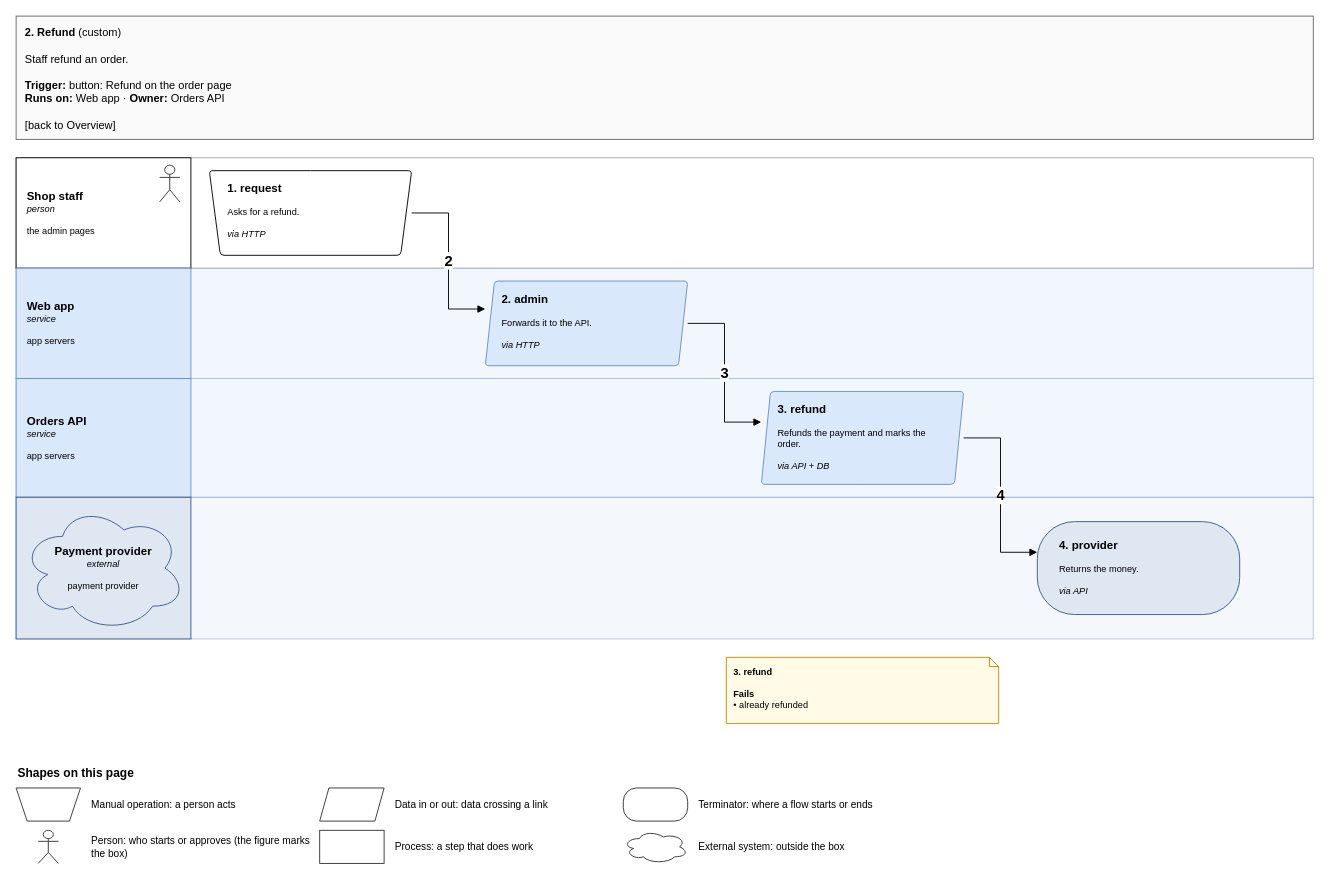
This is page "2. Refund" (4 of 7) of specialists/platform/skill-drawio/examples/shop/drawio/flows.drawio from amalikn/skills_stuff, a draw.io file, before an edit. Source tidied: cells renumbered, new cells numbered last; positions are measured from the earlier drawing's top-left corner, leaving out a move shared by most shapes. Both pictures are drawn from the tidied source at 92%, with x=0, y=0 at pixel (16, 16).
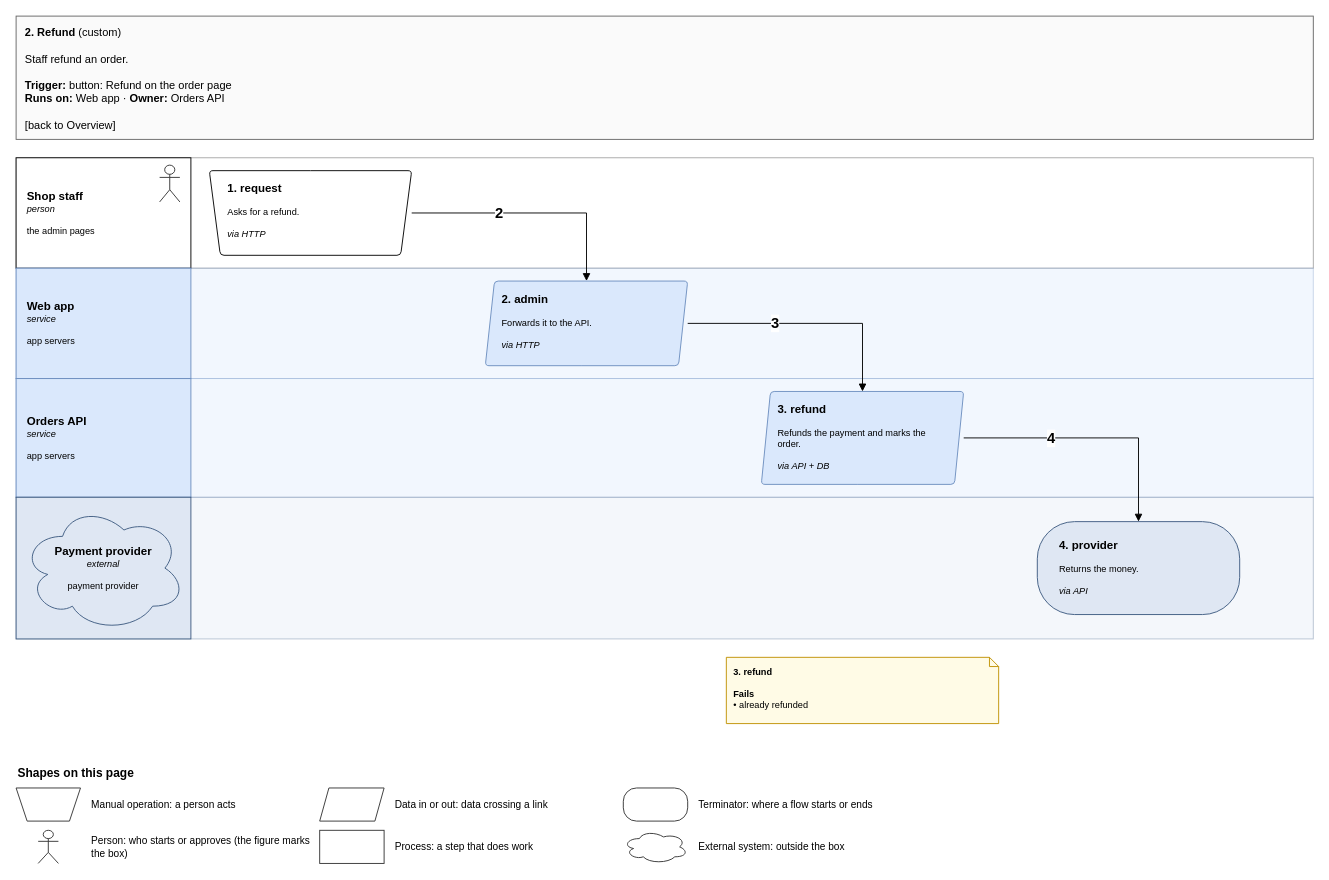
Above is the later version.

Unchanged cells that the change refers to:
```xml
<mxCell id="13" value="&lt;span style=&quot;font-size:125%&quot;&gt;&lt;b&gt;1. request&lt;/b&gt;&lt;/span&gt;&lt;br&gt; &lt;br&gt;Asks for a refund.&lt;br&gt; &lt;br&gt;&lt;i&gt;via HTTP&lt;/i&gt;" style="rounded=1;whiteSpace=wrap;html=1;fillColor=#ffffff;strokeColor=#000000;fontSize=11;arcSize=8;fontSize=10;align=left;verticalAlign=top;spacingLeft=8;spacingRight=6;spacingTop=6;shape=trapezoid;perimeter=trapezoidPerimeter;flipV=1;fixedSize=1;size=12;spacingLeft=18;spacingRight=18;" parent="1" vertex="1">
  <mxGeometry x="210" y="168" width="220" height="92" as="geometry" />
</mxCell>
<mxCell id="14" value="&lt;span style=&quot;font-size:125%&quot;&gt;&lt;b&gt;2. admin&lt;/b&gt;&lt;/span&gt;&lt;br&gt; &lt;br&gt;Forwards it to the API.&lt;br&gt; &lt;br&gt;&lt;i&gt;via HTTP&lt;/i&gt;" style="rounded=1;whiteSpace=wrap;html=1;fillColor=#dae8fc;strokeColor=#6c8ebf;fontSize=11;arcSize=8;fontSize=10;align=left;verticalAlign=top;spacingLeft=8;spacingRight=6;spacingTop=6;shape=parallelogram;perimeter=parallelogramPerimeter;fixedSize=1;size=10;spacingLeft=16;spacingRight=16;" parent="1" vertex="1">
  <mxGeometry x="510" y="288" width="220" height="92" as="geometry" />
</mxCell>
<mxCell id="15" value="&lt;span style=&quot;font-size:125%&quot;&gt;&lt;b&gt;3. refund&lt;/b&gt;&lt;/span&gt;&lt;br&gt; &lt;br&gt;Refunds the payment and marks the order.&lt;br&gt; &lt;br&gt;&lt;i&gt;via API + DB&lt;/i&gt;" style="rounded=1;whiteSpace=wrap;html=1;fillColor=#dae8fc;strokeColor=#6c8ebf;fontSize=11;arcSize=8;fontSize=10;align=left;verticalAlign=top;spacingLeft=8;spacingRight=6;spacingTop=6;shape=parallelogram;perimeter=parallelogramPerimeter;fixedSize=1;size=10;spacingLeft=16;spacingRight=16;" parent="1" vertex="1">
  <mxGeometry x="810" y="408" width="220" height="101" as="geometry" />
</mxCell>
<mxCell id="17" value="&lt;span style=&quot;font-size:125%&quot;&gt;&lt;b&gt;4. provider&lt;/b&gt;&lt;/span&gt;&lt;br&gt; &lt;br&gt;Returns the money.&lt;br&gt; &lt;br&gt;&lt;i&gt;via API&lt;/i&gt;" style="rounded=1;whiteSpace=wrap;html=1;fillColor=#dfe7f3;strokeColor=#3d5a80;fontSize=11;arcSize=8;fontSize=10;align=left;verticalAlign=top;spacingLeft=8;spacingRight=6;spacingTop=6;rounded=1;arcSize=40;spacingLeft=22;spacingRight=18;spacingTop=12;" parent="1" vertex="1">
  <mxGeometry x="1110" y="549.5" width="220" height="101" as="geometry" />
</mxCell>
```

Change to the diagram source:
```diff
@@
-    <mxCell id="31" style="edgeStyle=none;rounded=0;html=1;endArrow=block;endFill=1;strokeColor=#000000;jumpStyle=arc;jumpSize=6;exitX=1;exitY=0.5;entryX=0;entryY=0.3304;exitPerimeter=0;entryPerimeter=0;" parent="1" edge="1" source="13" target="14">
+    <mxCell id="31" style="edgeStyle=none;rounded=0;html=1;endArrow=block;endFill=1;jumpStyle=arc;jumpSize=6;strokeColor=#000000;exitX=1;exitY=0.5;entryX=0.5;entryY=0;exitPerimeter=0;entryPerimeter=0;" parent="1" edge="1" source="13" target="14">
       <mxGeometry relative="1" as="geometry">
         <Array as="points">
-          <mxPoint x="470" y="214" />
-          <mxPoint x="470" y="318.4" />
+          <mxPoint x="620" y="214" />
         </Array>
       </mxGeometry>
     </mxCell>
-    <mxCell id="32" value="&lt;b&gt;2&lt;/b&gt;" style="text;html=1;align=center;verticalAlign=middle;fontSize=16;fontStyle=1;labelBackgroundColor=#ffffff;" parent="1" vertex="1">
-      <mxGeometry x="456.5" y="255.2" width="27" height="22" as="geometry" />
+    <mxCell id="32" value="&lt;b&gt;2&lt;/b&gt;" style="text;html=1;align=center;verticalAlign=middle;fontSize=16;fontStyle=1;labelBackgroundColor=#ffffff;fontColor=#000000;" parent="1" vertex="1">
+      <mxGeometry x="511.5" y="203" width="27" height="22" as="geometry" />
     </mxCell>
-    <mxCell id="33" style="edgeStyle=none;rounded=0;html=1;endArrow=block;endFill=1;strokeColor=#000000;jumpStyle=arc;jumpSize=6;exitX=1;exitY=0.5;entryX=0;entryY=0.3297;exitPerimeter=0;entryPerimeter=0;" parent="1" edge="1" source="14" target="15">
+    <mxCell id="33" style="edgeStyle=none;rounded=0;html=1;endArrow=block;endFill=1;jumpStyle=arc;jumpSize=6;strokeColor=#000000;exitX=1;exitY=0.5;entryX=0.5;entryY=0;exitPerimeter=0;entryPerimeter=0;" parent="1" edge="1" source="14" target="15">
       <mxGeometry relative="1" as="geometry">
         <Array as="points">
-          <mxPoint x="770" y="334" />
-          <mxPoint x="770" y="441.3" />
+          <mxPoint x="920" y="334" />
         </Array>
       </mxGeometry>
     </mxCell>
-    <mxCell id="34" value="&lt;b&gt;3&lt;/b&gt;" style="text;html=1;align=center;verticalAlign=middle;fontSize=16;fontStyle=1;labelBackgroundColor=#ffffff;" parent="1" vertex="1">
-      <mxGeometry x="756.5" y="376.7" width="27" height="22" as="geometry" />
+    <mxCell id="34" value="&lt;b&gt;3&lt;/b&gt;" style="text;html=1;align=center;verticalAlign=middle;fontSize=16;fontStyle=1;labelBackgroundColor=#ffffff;fontColor=#000000;" parent="1" vertex="1">
+      <mxGeometry x="811.5" y="323" width="27" height="22" as="geometry" />
     </mxCell>
-    <mxCell id="35" style="edgeStyle=none;rounded=0;html=1;endArrow=block;endFill=1;strokeColor=#000000;jumpStyle=arc;jumpSize=6;exitX=1;exitY=0.5;entryX=0;entryY=0.3297;exitPerimeter=0;entryPerimeter=0;" parent="1" edge="1" source="15" target="17">
+    <mxCell id="35" style="edgeStyle=none;rounded=0;html=1;endArrow=block;endFill=1;jumpStyle=arc;jumpSize=6;strokeColor=#000000;exitX=1;exitY=0.5;entryX=0.5;entryY=0;exitPerimeter=0;entryPerimeter=0;" parent="1" edge="1" source="15" target="17">
       <mxGeometry relative="1" as="geometry">
         <Array as="points">
-          <mxPoint x="1070" y="458.5" />
-          <mxPoint x="1070" y="582.8" />
+          <mxPoint x="1220" y="458.5" />
         </Array>
       </mxGeometry>
     </mxCell>
-    <mxCell id="36" value="&lt;b&gt;4&lt;/b&gt;" style="text;html=1;align=center;verticalAlign=middle;fontSize=16;fontStyle=1;labelBackgroundColor=#ffffff;" parent="1" vertex="1">
-      <mxGeometry x="1056.5" y="509.7" width="27" height="22" as="geometry" />
+    <mxCell id="36" value="&lt;b&gt;4&lt;/b&gt;" style="text;html=1;align=center;verticalAlign=middle;fontSize=16;fontStyle=1;labelBackgroundColor=#ffffff;fontColor=#000000;" parent="1" vertex="1">
+      <mxGeometry x="1111.5" y="447.5" width="27" height="22" as="geometry" />
     </mxCell>
```
